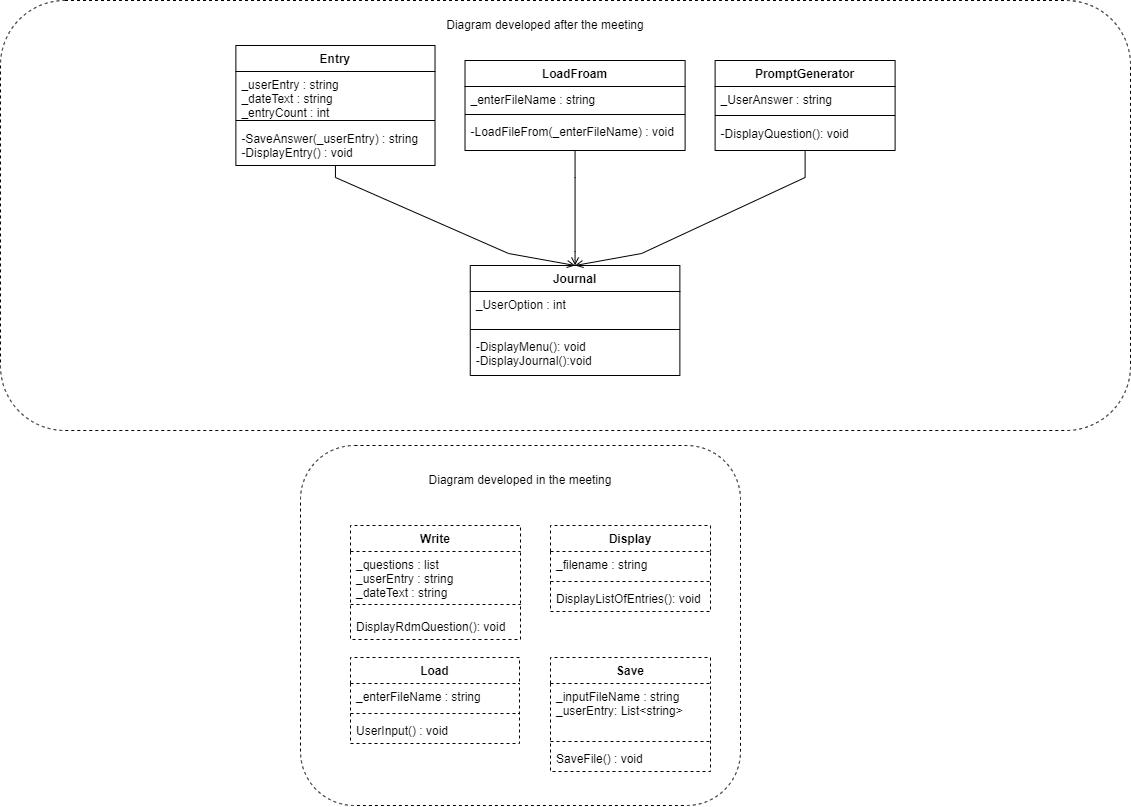
This is prove/Develop02/JournalDiagramProgram.drawio.png from RSLASC/cse210-projects-v2, a draw.io export, as it was before one commit. Source tidied: cells renumbered, new cells last; positions are measured from the earlier drawing's top-left corner, leaving out a move shared by most shapes.
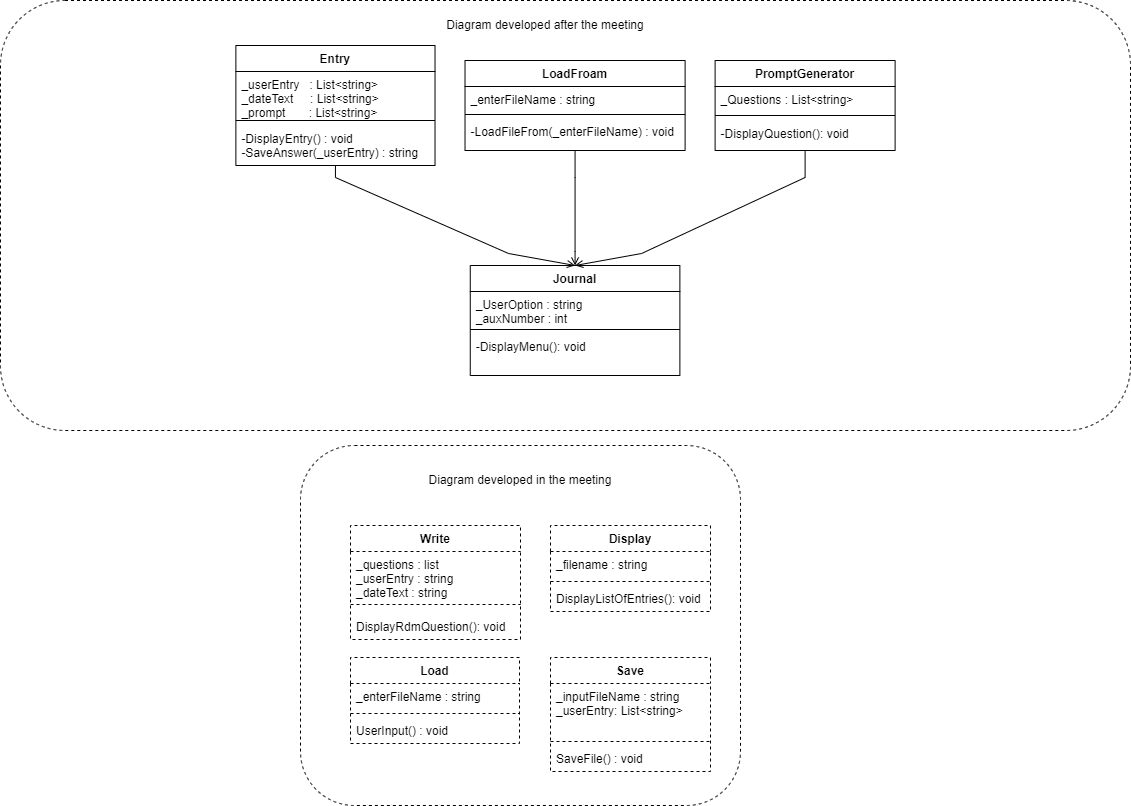
After the commit.

The edit, as a diff of the source:
```diff
@@ -65,13 +65,13 @@
     <mxCell id="22" value="Entry" style="swimlane;fontStyle=1;align=center;verticalAlign=top;horizontal=1;startSize=26;backgroundOutline=0;enumerate=0;comic=0;swimlaneFillColor=none;" parent="21" vertex="1">
       <mxGeometry x="235.4" y="45" width="199.1" height="120" as="geometry" />
     </mxCell>
-    <mxCell id="23" value="_userEntry : string&#10;_dateText : string&#10;_entryCount : int" style="text;strokeColor=none;fillColor=none;align=left;verticalAlign=top;spacingLeft=4;spacingRight=4;overflow=hidden;backgroundOutline=0;enumerate=0;comic=0;swimlaneFillColor=none;" parent="22" vertex="1">
+    <mxCell id="23" value="_userEntry   : List&lt;string&gt;&#10;_dateText     : List&lt;string&gt;&#10;_prompt       : List&lt;string&gt;" style="text;strokeColor=none;fillColor=none;align=left;verticalAlign=top;spacingLeft=4;spacingRight=4;overflow=hidden;backgroundOutline=0;enumerate=0;comic=0;swimlaneFillColor=none;" parent="22" vertex="1">
       <mxGeometry y="26" width="199.1" height="44" as="geometry" />
     </mxCell>
     <mxCell id="24" style="line;strokeWidth=1;fillColor=none;align=left;verticalAlign=middle;spacingTop=-1;spacingLeft=3;spacingRight=3;labelPosition=right;strokeColor=inherit;backgroundOutline=0;enumerate=0;comic=0;swimlaneFillColor=none;" parent="22" vertex="1">
       <mxGeometry y="70" width="199.1" height="10" as="geometry" />
     </mxCell>
-    <mxCell id="25" value="-SaveAnswer(_userEntry) : string&#10;-DisplayEntry() : void" style="text;strokeColor=none;fillColor=none;align=left;verticalAlign=top;spacingLeft=4;spacingRight=4;overflow=hidden;backgroundOutline=0;enumerate=0;comic=0;swimlaneFillColor=none;" parent="22" vertex="1">
+    <mxCell id="25" value="-DisplayEntry() : void&#10;-SaveAnswer(_userEntry) : string" style="text;strokeColor=none;fillColor=none;align=left;verticalAlign=top;spacingLeft=4;spacingRight=4;overflow=hidden;backgroundOutline=0;enumerate=0;comic=0;swimlaneFillColor=none;" parent="22" vertex="1">
       <mxGeometry y="80" width="199.1" height="40" as="geometry" />
     </mxCell>
     <mxCell id="26" value="LoadFroam" style="swimlane;fontStyle=1;align=center;verticalAlign=top;horizontal=1;startSize=26;backgroundOutline=0;enumerate=0;comic=0;swimlaneFillColor=none;" parent="21" vertex="1">
@@ -89,7 +89,7 @@
     <mxCell id="30" value="PromptGenerator" style="swimlane;fontStyle=1;align=center;verticalAlign=top;horizontal=1;startSize=26;backgroundOutline=0;enumerate=0;comic=0;swimlaneFillColor=none;" parent="21" vertex="1">
       <mxGeometry x="714.6" y="60" width="180" height="90" as="geometry" />
     </mxCell>
-    <mxCell id="31" value="_UserAnswer : string " style="text;strokeColor=none;fillColor=none;align=left;verticalAlign=top;spacingLeft=4;spacingRight=4;overflow=hidden;backgroundOutline=0;enumerate=0;comic=0;swimlaneFillColor=none;" parent="30" vertex="1">
+    <mxCell id="31" value="_Questions : List&lt;string&gt;" style="text;strokeColor=none;fillColor=none;align=left;verticalAlign=top;spacingLeft=4;spacingRight=4;overflow=hidden;backgroundOutline=0;enumerate=0;comic=0;swimlaneFillColor=none;" parent="30" vertex="1">
       <mxGeometry y="26" width="180" height="24" as="geometry" />
     </mxCell>
     <mxCell id="32" style="line;strokeWidth=1;fillColor=none;align=left;verticalAlign=middle;spacingTop=-1;spacingLeft=3;spacingRight=3;labelPosition=right;strokeColor=inherit;backgroundOutline=0;enumerate=0;comic=0;swimlaneFillColor=none;" parent="30" vertex="1">
@@ -101,13 +101,13 @@
     <mxCell id="34" value="Journal" style="swimlane;fontStyle=1;align=center;verticalAlign=top;horizontal=1;startSize=26;" parent="21" vertex="1">
       <mxGeometry x="469.8" y="265" width="209.6" height="110" as="geometry" />
     </mxCell>
-    <mxCell id="35" value="_UserOption : int" style="text;strokeColor=none;fillColor=none;align=left;verticalAlign=top;spacingLeft=4;spacingRight=4;overflow=hidden;" parent="34" vertex="1">
+    <mxCell id="35" value="_UserOption : string&#10;_auxNumber : int" style="text;strokeColor=none;fillColor=none;align=left;verticalAlign=top;spacingLeft=4;spacingRight=4;overflow=hidden;" parent="34" vertex="1">
       <mxGeometry y="26" width="209.6" height="34" as="geometry" />
     </mxCell>
     <mxCell id="36" style="line;strokeWidth=1;fillColor=none;align=left;verticalAlign=middle;spacingTop=-1;spacingLeft=3;spacingRight=3;labelPosition=right;strokeColor=inherit;" parent="34" vertex="1">
       <mxGeometry y="60" width="209.6" height="8" as="geometry" />
     </mxCell>
-    <mxCell id="37" value="-DisplayMenu(): void&#10;-DisplayJournal():void" style="text;strokeColor=none;fillColor=none;align=left;verticalAlign=top;spacingLeft=4;spacingRight=4;overflow=hidden;" parent="34" vertex="1">
+    <mxCell id="37" value="-DisplayMenu(): void" style="text;strokeColor=none;fillColor=none;align=left;verticalAlign=top;spacingLeft=4;spacingRight=4;overflow=hidden;" parent="34" vertex="1">
       <mxGeometry y="68" width="209.6" height="42" as="geometry" />
     </mxCell>
     <mxCell id="38" style="edgeStyle=orthogonalEdgeStyle;rounded=0;comic=0;jumpStyle=none;jumpSize=16;jettySize=auto;html=1;entryX=0.5;entryY=0;entryDx=0;entryDy=0;labelBorderColor=none;strokeWidth=1;fontColor=none;endArrow=open;endFill=0;noEdgeStyle=1;orthogonal=1;" parent="21" edge="1" source="22" target="34">
```
